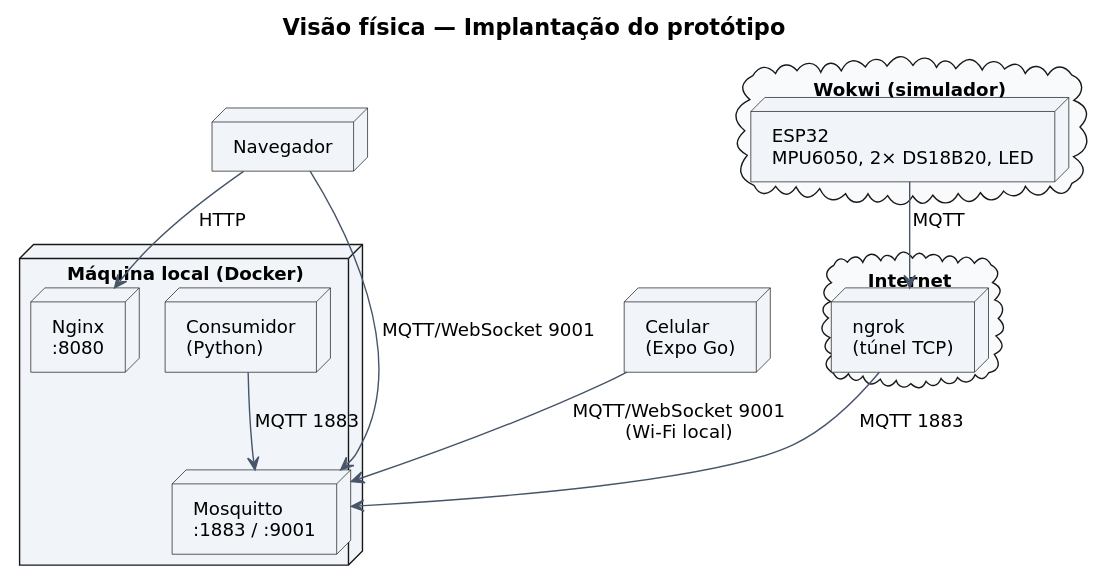
The PlantUML diagram docs/diagramas/svg/fisica.svg in UFG-INF-SSU-2026/swifties, before a commit.
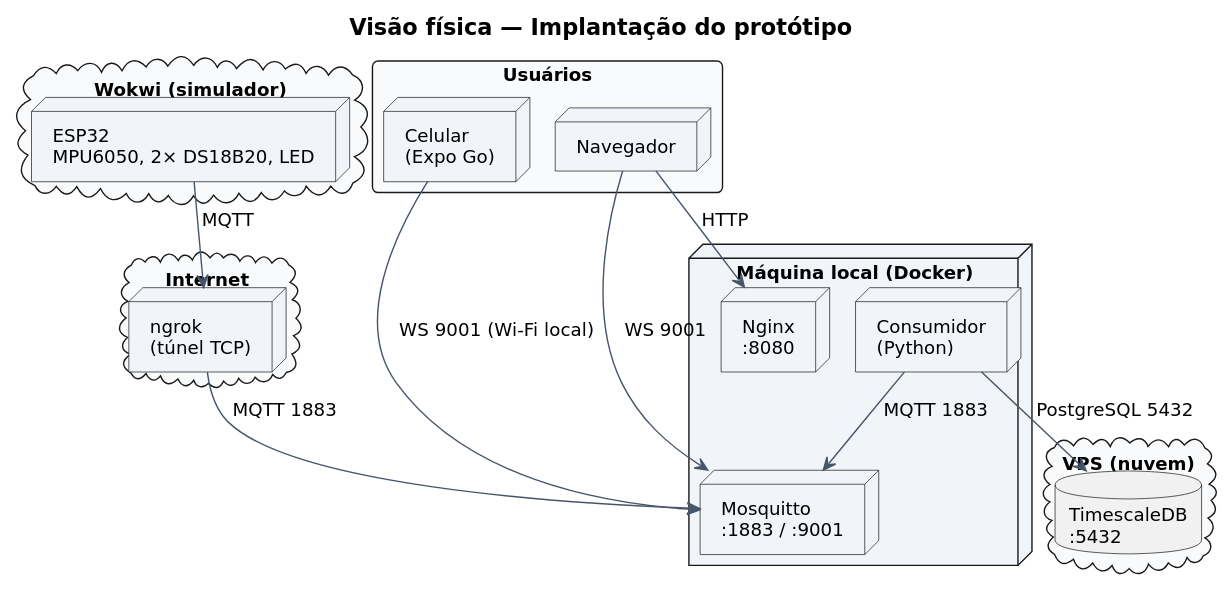
The same file after the commit.

Commit message:
docs: inclui a persistência no TimescaleDB

The edit, as a diff of the source:
```diff
@@ -16,13 +16,20 @@
   node "Nginx\n:8080" as Nginx
 }
 
-node "Navegador" as Browser
-node "Celular\n(Expo Go)" as Phone
+cloud "VPS (nuvem)" {
+  database "TimescaleDB\n:5432" as TSDB
+}
+
+rectangle "Usuários" {
+  node "Navegador" as Browser
+  node "Celular\n(Expo Go)" as Phone
+}
 
 Esp --> Ngrok : MQTT
 Ngrok --> Mosq : MQTT 1883
 Cons --> Mosq : MQTT 1883
+Cons --> TSDB : PostgreSQL 5432
 Browser --> Nginx : HTTP
-Browser --> Mosq : MQTT/WebSocket 9001
-Phone --> Mosq : MQTT/WebSocket 9001\n(Wi-Fi local)
+Browser --> Mosq : WS 9001
+Phone --> Mosq : WS 9001 (Wi-Fi local)
 @enduml
```
